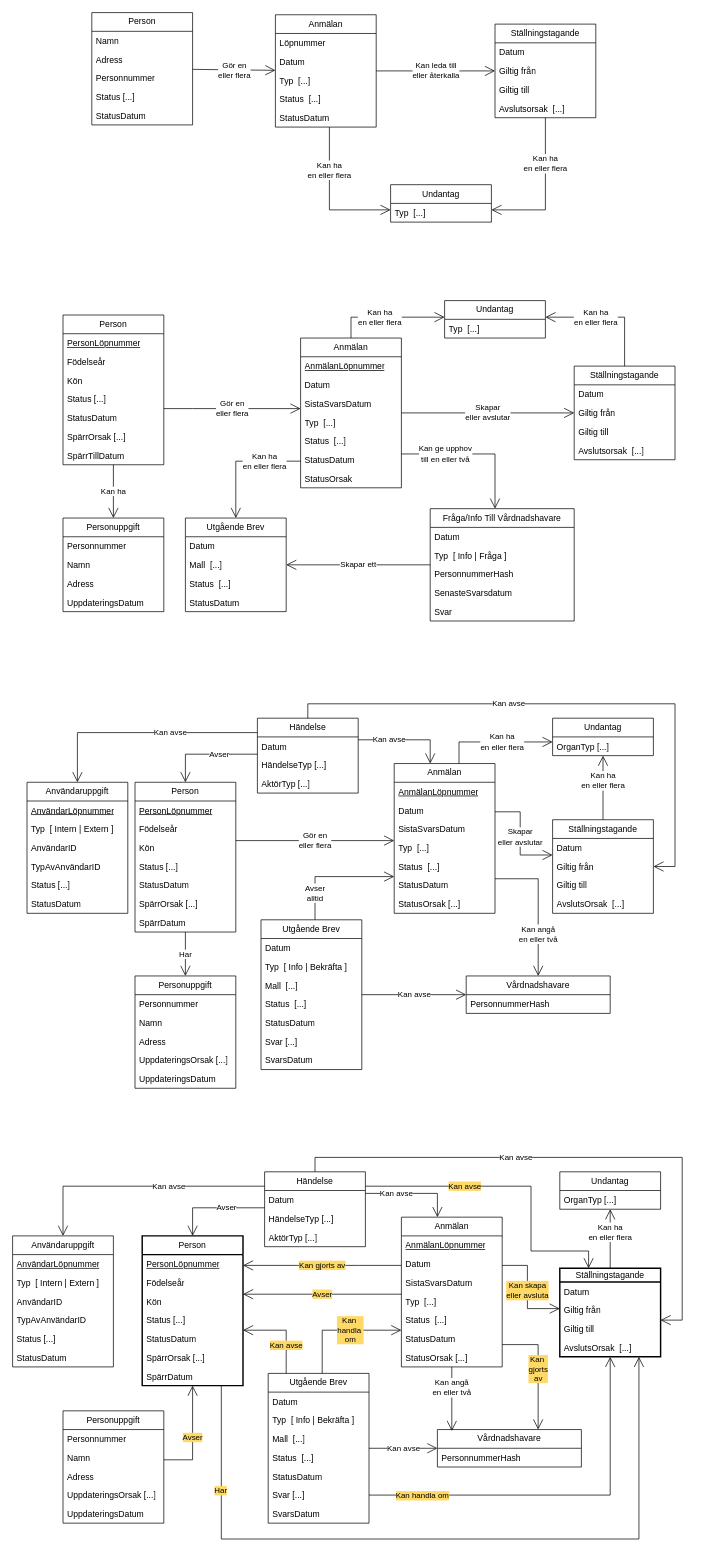
Earlier version of the draw.io diagram page "Konceptuella modeller" (7 of 9) of Donationsregister.drawio (bhagqvist-consid/ICD11). Source tidied: cells renumbered, new cells numbered last; positions are measured from the earlier drawing's top-left corner, leaving out a move shared by most shapes. Both pictures are drawn from the tidied source at 72%, with x=0, y=0 at pixel (12, 12).
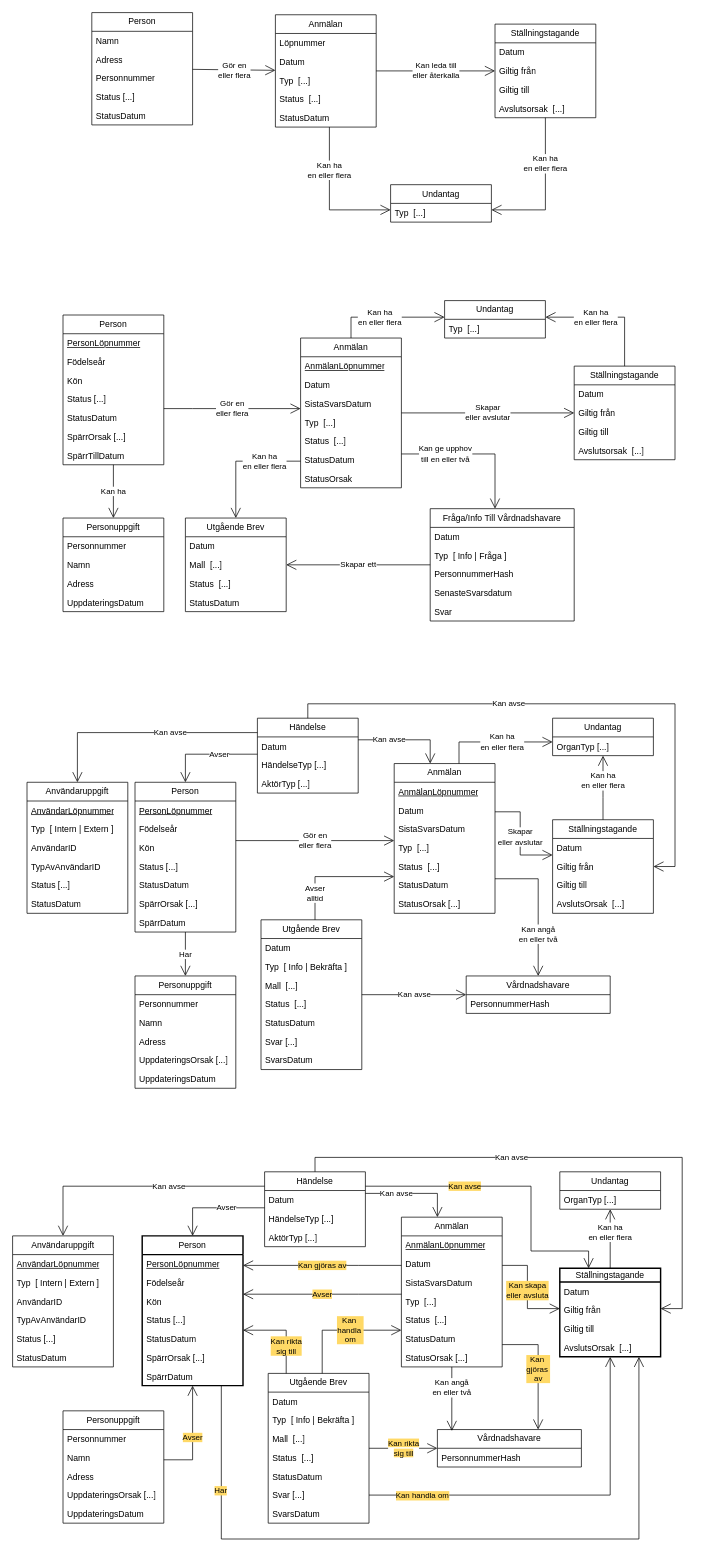
The same diagram, later.

The change refers to these unchanged cells:
```xml
<mxCell id="134" value="Person" style="swimlane;fontStyle=0;horizontal=1;startSize=26;fillColor=none;whiteSpace=wrap;html=1;strokeWidth=2;" parent="1" vertex="1">
  <mxGeometry x="180" y="1699" width="140" height="208" as="geometry" />
</mxCell>
<mxCell id="142" value="Anmälan" style="swimlane;fontStyle=0;horizontal=1;startSize=26;fillColor=none;whiteSpace=wrap;html=1;" parent="1" vertex="1">
  <mxGeometry x="540" y="1673" width="140" height="208" as="geometry" />
</mxCell>
<mxCell id="150" value="Ställningstagande" style="swimlane;fontStyle=0;horizontal=1;startSize=19;fillColor=none;whiteSpace=wrap;html=1;strokeWidth=2;" parent="1" vertex="1">
  <mxGeometry x="760" y="1744" width="140" height="123" as="geometry" />
</mxCell>
<mxCell id="167" value="Utgående&amp;nbsp;&lt;span style=&quot;background-color: transparent; color: light-dark(rgb(0, 0, 0), rgb(255, 255, 255));&quot;&gt;Brev&lt;/span&gt;" style="swimlane;fontStyle=0;horizontal=1;startSize=26;fillColor=none;whiteSpace=wrap;html=1;" parent="1" vertex="1">
  <mxGeometry x="355" y="1890" width="140" height="208" as="geometry" />
</mxCell>
<mxCell id="176" value="Vårdnadshavare" style="swimlane;fontStyle=0;horizontal=1;startSize=26;fillColor=none;whiteSpace=wrap;html=1;" parent="1" vertex="1">
  <mxGeometry x="590" y="1968" width="200" height="52" as="geometry" />
</mxCell>
<mxCell id="181" value="Händelse" style="swimlane;fontStyle=0;horizontal=1;startSize=26;fillColor=none;whiteSpace=wrap;html=1;" parent="1" vertex="1">
  <mxGeometry x="350" y="1610" width="140" height="104" as="geometry" />
</mxCell>
```

Diff of the diagram source:
```diff
@@
-    <mxCell id="175" value="Kan&amp;nbsp;&lt;div&gt;gjorts&lt;/div&gt;&lt;div&gt;av&lt;/div&gt;" style="edgeStyle=orthogonalEdgeStyle;rounded=0;jettySize=auto;html=1;labelBackgroundColor=#FFD966;startArrow=open;startFill=0;endArrow=none;endFill=0;strokeColor=#000000;align=center;verticalAlign=middle;fontFamily=Helvetica;fontSize=11;fontColor=default;startSize=12;endSize=12;fillColor=#0050ef;" parent="1" edge="1" source="176" target="142">
+    <mxCell id="175" value="Kan&amp;nbsp;&lt;div&gt;gjöras&amp;nbsp;&lt;/div&gt;&lt;div&gt;av&lt;/div&gt;" style="edgeStyle=orthogonalEdgeStyle;rounded=0;jettySize=auto;html=1;labelBackgroundColor=#FFD966;startArrow=open;startFill=0;endArrow=none;endFill=0;strokeColor=#000000;align=center;verticalAlign=middle;fontFamily=Helvetica;fontSize=11;fontColor=default;startSize=12;endSize=12;fillColor=#0050ef;" parent="1" edge="1" source="176" target="142">
       <mxGeometry relative="1" as="geometry">
         <Array as="points">
           <mxPoint x="729.9" y="1850" />
         </Array>
       </mxGeometry>
     </mxCell>
@@
-    <mxCell id="179" value="Kan avse" style="endArrow=open;endFill=1;endSize=12;html=1;rounded=0;" parent="1" edge="1" source="167" target="176">
+    <mxCell id="179" value="&lt;span style=&quot;background-color: rgb(255, 217, 102);&quot;&gt;Kan rikta&lt;/span&gt;&lt;div&gt;&lt;span style=&quot;background-color: rgb(255, 217, 102);&quot;&gt;sig till&lt;/span&gt;&lt;/div&gt;" style="endArrow=open;endFill=1;endSize=12;html=1;rounded=0;" parent="1" edge="1" source="167" target="176">
       <mxGeometry relative="1" as="geometry" />
     </mxCell>
@@
     <mxCell id="195" value="Kan avse" style="endArrow=open;endFill=1;endSize=12;html=1;rounded=0;edgeStyle=orthogonalEdgeStyle;" parent="1" edge="1" source="181" target="150">
       <mxGeometry x="-0.24" relative="1" as="geometry">
         <Array as="points">
           <mxPoint x="420" y="1590" />
           <mxPoint x="930" y="1590" />
-          <mxPoint x="930" y="1816" />
+          <mxPoint x="930" y="1800" />
         </Array>
       </mxGeometry>
     </mxCell>
-    <mxCell id="196" value="Kan avse" style="endArrow=open;endFill=1;endSize=12;html=1;rounded=0;edgeStyle=orthogonalEdgeStyle;labelBackgroundColor=#FFD966;" parent="1" edge="1" source="167" target="134">
-      <mxGeometry x="-0.35" relative="1" as="geometry">
+    <mxCell id="196" value="Kan rikta&lt;div&gt;sig till&lt;/div&gt;" style="endArrow=open;endFill=1;endSize=12;html=1;rounded=0;edgeStyle=orthogonalEdgeStyle;labelBackgroundColor=#FFD966;" parent="1" edge="1" source="167" target="134">
+      <mxGeometry x="-0.36" relative="1" as="geometry">
         <Array as="points">
           <mxPoint x="380" y="1830" />
         </Array>
       </mxGeometry>
     </mxCell>
@@
-    <mxCell id="200" value="Kan gjorts av" style="edgeStyle=orthogonalEdgeStyle;rounded=0;jettySize=auto;html=1;fillColor=#0050ef;strokeColor=#000000;labelBackgroundColor=#FFD966;startArrow=open;startFill=0;endArrow=none;endFill=0;startSize=12;endSize=12;" parent="1" edge="1" source="134" target="142">
+    <mxCell id="200" value="Kan gjöras av" style="edgeStyle=orthogonalEdgeStyle;rounded=0;jettySize=auto;html=1;fillColor=#0050ef;strokeColor=#000000;labelBackgroundColor=#FFD966;startArrow=open;startFill=0;endArrow=none;endFill=0;startSize=12;endSize=12;" parent="1" edge="1" source="134" target="142">
       <mxGeometry relative="1" as="geometry">
         <Array as="points">
           <mxPoint x="480" y="1740" />
           <mxPoint x="480" y="1740" />
         </Array>
       </mxGeometry>
     </mxCell>
```
